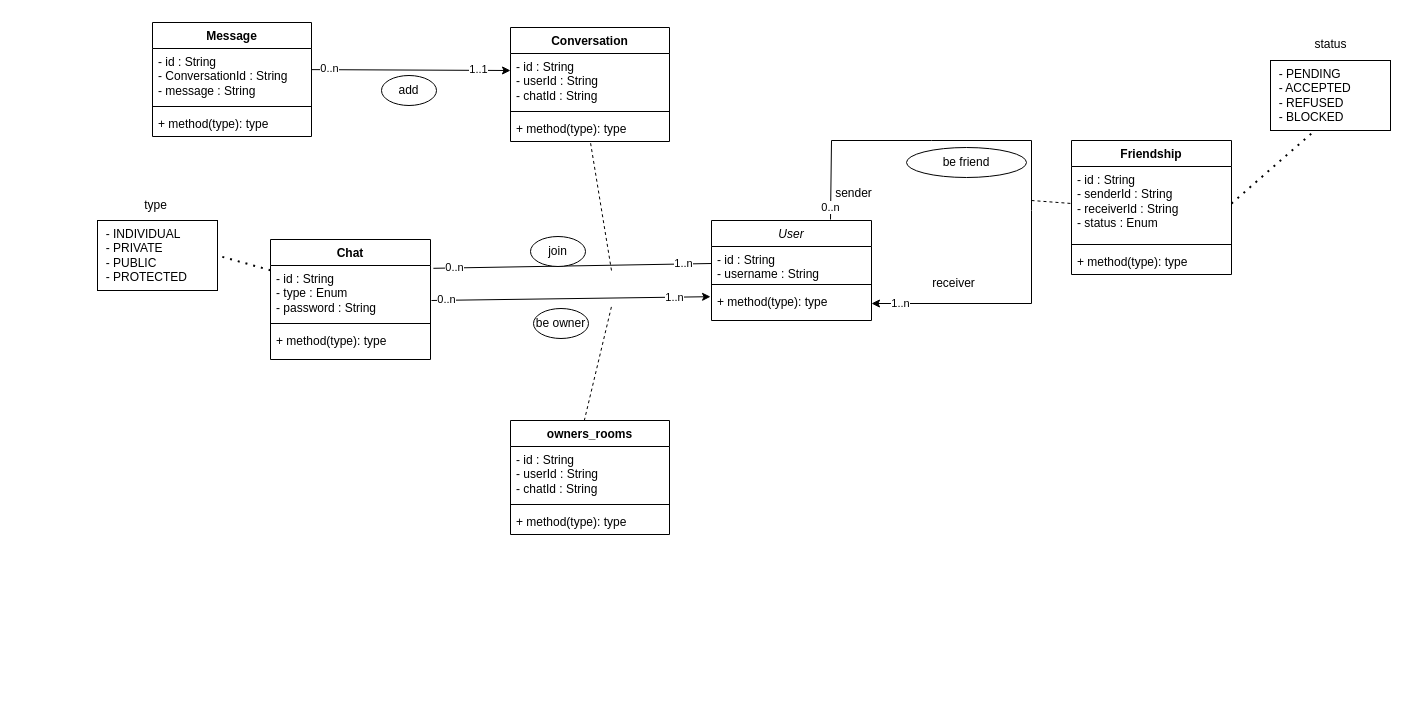
FRAGG33R/whiff-waff keeps this draw.io diagram as class_diagram.drawio. Above is the earlier version. Source tidied: cells renumbered, new cells numbered last; positions are measured from the earlier drawing's top-left corner, leaving out a move shared by most shapes. Both pictures are drawn from the tidied source at 100%, with x=0, y=0 at pixel (97, 22).
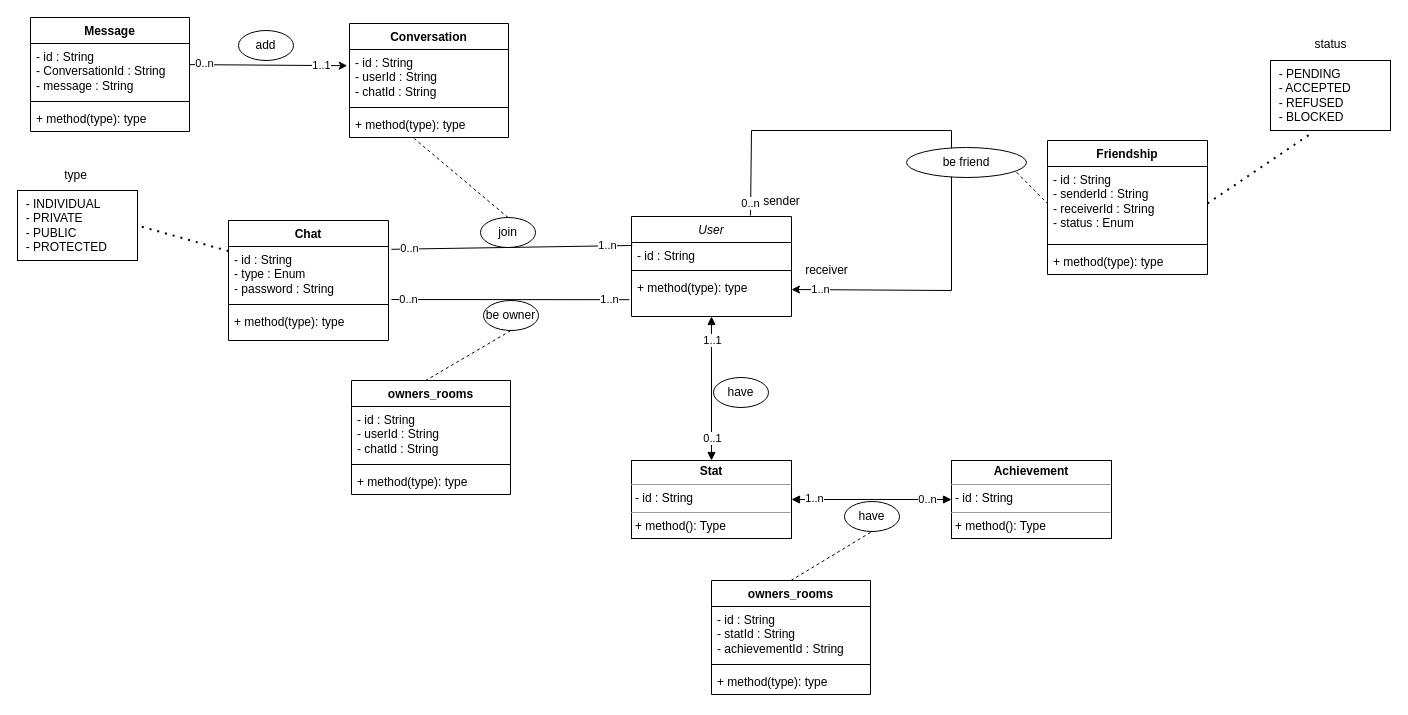
The same diagram, later.

Commit message:
Add Stat and Achievement Entities

Unchanged cells that the change refers to:
```xml
<mxCell id="10" value="be friend" style="ellipse;whiteSpace=wrap;html=1;" parent="1" vertex="1">
  <mxGeometry x="809" y="125" width="120" height="30" as="geometry" />
</mxCell>
<mxCell id="17" value="- id : String&lt;br&gt;- senderId : String&lt;br&gt;- receiverId : String&lt;br&gt;- status : Enum" style="text;strokeColor=none;fillColor=none;align=left;verticalAlign=top;spacingLeft=4;spacingRight=4;overflow=hidden;points=[[0,0.5],[1,0.5]];portConstraint=eastwest;whiteSpace=wrap;html=1;" parent="16" vertex="1">
  <mxGeometry y="26" width="160" height="74" as="geometry" />
</mxCell>
<mxCell id="21" value="- id : String&lt;br&gt;- type : Enum&lt;br&gt;- password : String" style="text;strokeColor=none;fillColor=none;align=left;verticalAlign=top;spacingLeft=4;spacingRight=4;overflow=hidden;points=[[0,0.5],[1,0.5]];portConstraint=eastwest;whiteSpace=wrap;html=1;" parent="20" vertex="1">
  <mxGeometry y="26" width="160" height="54" as="geometry" />
</mxCell>
<mxCell id="25" value="- id : String&lt;br&gt;- ConversationId : String&lt;br&gt;- message : String&lt;br&gt;" style="text;strokeColor=none;fillColor=none;align=left;verticalAlign=top;spacingLeft=4;spacingRight=4;overflow=hidden;points=[[0,0.5],[1,0.5]];portConstraint=eastwest;whiteSpace=wrap;html=1;" parent="24" vertex="1">
  <mxGeometry y="26" width="159" height="54" as="geometry" />
</mxCell>
<mxCell id="34" value="- id : String&lt;br&gt;- userId : String&lt;br&gt;- chatId : String" style="text;strokeColor=none;fillColor=none;align=left;verticalAlign=top;spacingLeft=4;spacingRight=4;overflow=hidden;points=[[0,0.5],[1,0.5]];portConstraint=eastwest;whiteSpace=wrap;html=1;" parent="33" vertex="1">
  <mxGeometry y="26" width="159" height="54" as="geometry" />
</mxCell>
<mxCell id="36" value="+ method(type): type" style="text;strokeColor=none;fillColor=none;align=left;verticalAlign=top;spacingLeft=4;spacingRight=4;overflow=hidden;points=[[0,0.5],[1,0.5]];portConstraint=eastwest;whiteSpace=wrap;html=1;" parent="33" vertex="1">
  <mxGeometry y="88" width="159" height="26" as="geometry" />
</mxCell>
```

Change to the diagram source:
```diff
@@
     <mxCell id="2" value="User" style="swimlane;fontStyle=2;align=center;verticalAlign=top;horizontal=1;startSize=26;rounded=0;shadow=0;strokeWidth=1;" parent="1" vertex="1">
-      <mxGeometry x="614" y="198" width="160" height="100" as="geometry" />
+      <mxGeometry x="534" y="194" width="160" height="100" as="geometry" />
     </mxCell>
-    <mxCell id="3" value="- id : String&#10;- username : String" style="text;align=left;verticalAlign=top;spacingLeft=4;spacingRight=4;overflow=hidden;points=[[0,0.5],[1,0.5]];portConstraint=eastwest;" parent="2" vertex="1">
-      <mxGeometry y="26" width="160" height="34" as="geometry" />
+    <mxCell id="3" value="- id : String" style="text;align=left;verticalAlign=top;spacingLeft=4;spacingRight=4;overflow=hidden;points=[[0,0.5],[1,0.5]];portConstraint=eastwest;" parent="2" vertex="1">
+      <mxGeometry y="26" width="160" height="24" as="geometry" />
     </mxCell>
     <mxCell id="4" style="line;html=1;strokeWidth=1;align=left;verticalAlign=middle;spacingTop=-1;spacingLeft=3;spacingRight=3;labelPosition=right;" parent="2" vertex="1">
-      <mxGeometry y="60" width="160" height="8" as="geometry" />
+      <mxGeometry y="50" width="160" height="8" as="geometry" />
     </mxCell>
     <mxCell id="5" style="endArrow=classic;html=1;rounded=0;exitX=0.595;exitY=-0.006;exitDx=0;exitDy=0;exitPerimeter=0;entryX=1;entryY=0.5;entryDx=0;entryDy=0;" parent="2" edge="1" target="8">
       <mxGeometry relative="1" as="geometry">
         <mxPoint x="119" y="-1" as="sourcePoint" />
         <Array as="points">
-          <mxPoint x="120" y="-80" />
-          <mxPoint x="220" y="-80" />
-          <mxPoint x="320" y="-80" />
-          <mxPoint x="320" y="-10" />
-          <mxPoint x="320" y="83" />
+          <mxPoint x="120" y="-86" />
+          <mxPoint x="320" y="-86" />
+          <mxPoint x="320" y="74" />
         </Array>
       </mxGeometry>
     </mxCell>
@@
     <mxCell id="8" value="+ method(type): type" style="text;strokeColor=none;fillColor=none;align=left;verticalAlign=top;spacingLeft=4;spacingRight=4;overflow=hidden;points=[[0,0.5],[1,0.5]];portConstraint=eastwest;whiteSpace=wrap;html=1;" parent="2" vertex="1">
-      <mxGeometry y="68" width="160" height="30" as="geometry" />
+      <mxGeometry y="58" width="160" height="30" as="geometry" />
     </mxCell>
-    <mxCell id="9" style="endArrow=none;dashed=1;html=1;rounded=0;entryX=0;entryY=0.5;entryDx=0;entryDy=0;" parent="1" edge="1" target="17">
-      <mxGeometry relative="1" as="geometry">
-        <mxPoint x="934" y="178" as="sourcePoint" />
-      </mxGeometry>
+    <mxCell id="9" style="endArrow=none;dashed=1;html=1;rounded=0;entryX=0;entryY=0.5;entryDx=0;entryDy=0;exitX=0.918;exitY=0.827;exitDx=0;exitDy=0;exitPerimeter=0;" parent="1" edge="1" source="10" target="17">
+      <mxGeometry relative="1" as="geometry" />
     </mxCell>
@@
     <mxCell id="14" value="sender" style="text;html=1;align=center;verticalAlign=middle;strokeColor=none;fillColor=none;" parent="1" vertex="1">
-      <mxGeometry x="726" y="156" width="60" height="30" as="geometry" />
+      <mxGeometry x="654" y="164" width="60" height="30" as="geometry" />
     </mxCell>
     <mxCell id="15" value="receiver" style="text;html=1;align=center;verticalAlign=middle;strokeColor=none;fillColor=none;" parent="1" vertex="1">
-      <mxGeometry x="821" y="246" width="70" height="30" as="geometry" />
+      <mxGeometry x="694" y="233" width="70" height="30" as="geometry" />
     </mxCell>
     <mxCell id="16" value="Friendship" style="swimlane;fontStyle=1;align=center;verticalAlign=top;horizontal=1;startSize=26;whiteSpace=wrap;html=1;" parent="1" vertex="1">
-      <mxGeometry x="974" y="118" width="160" height="134" as="geometry" />
+      <mxGeometry x="950" y="118" width="160" height="134" as="geometry" />
     </mxCell>
@@
     <mxCell id="20" value="Chat" style="swimlane;fontStyle=1;align=center;verticalAlign=top;horizontal=1;startSize=26;whiteSpace=wrap;html=1;" parent="1" vertex="1">
-      <mxGeometry x="173" y="217" width="160" height="120" as="geometry" />
+      <mxGeometry x="131" y="198" width="160" height="120" as="geometry" />
     </mxCell>
@@
     <mxCell id="24" value="Message" style="swimlane;fontStyle=1;align=center;verticalAlign=top;horizontal=1;startSize=26;whiteSpace=wrap;html=1;" parent="1" vertex="1">
-      <mxGeometry x="55" width="159" height="114" as="geometry" />
+      <mxGeometry x="-67" y="-5" width="159" height="114" as="geometry" />
     </mxCell>
@@
-    <mxCell id="28" style="endArrow=none;html=1;rounded=0;entryX=0;entryY=0.5;entryDx=0;entryDy=0;exitX=1.018;exitY=0.052;exitDx=0;exitDy=0;exitPerimeter=0;" parent="1" edge="1" source="21" target="3">
+    <mxCell id="28" style="endArrow=none;html=1;rounded=0;entryX=0.005;entryY=0.124;entryDx=0;entryDy=0;exitX=1.018;exitY=0.052;exitDx=0;exitDy=0;exitPerimeter=0;entryPerimeter=0;" parent="1" edge="1" source="21" target="3">
       <mxGeometry relative="1" as="geometry" />
     </mxCell>
@@
     <mxCell id="31" value="join" style="ellipse;whiteSpace=wrap;html=1;" parent="1" vertex="1">
-      <mxGeometry x="433" y="214" width="55" height="30" as="geometry" />
+      <mxGeometry x="383" y="195" width="55" height="30" as="geometry" />
     </mxCell>
-    <mxCell id="32" style="endArrow=none;dashed=1;html=1;rounded=0;entryX=0.503;entryY=1.038;entryDx=0;entryDy=0;entryPerimeter=0;" parent="1" edge="1" target="36">
-      <mxGeometry relative="1" as="geometry">
-        <mxPoint x="514" y="248" as="sourcePoint" />
-      </mxGeometry>
+    <mxCell id="32" style="endArrow=none;dashed=1;html=1;rounded=0;entryX=0.408;entryY=1.046;entryDx=0;entryDy=0;entryPerimeter=0;exitX=0.5;exitY=0;exitDx=0;exitDy=0;" parent="1" edge="1" source="31" target="36">
+      <mxGeometry relative="1" as="geometry" />
     </mxCell>
     <mxCell id="33" value="Conversation" style="swimlane;fontStyle=1;align=center;verticalAlign=top;horizontal=1;startSize=26;whiteSpace=wrap;html=1;" parent="1" vertex="1">
-      <mxGeometry x="413" y="5" width="159" height="114" as="geometry" />
+      <mxGeometry x="252" y="1" width="159" height="114" as="geometry" />
     </mxCell>
@@
-    <mxCell id="37" style="endArrow=classic;html=1;rounded=0;exitX=1;exitY=0.391;exitDx=0;exitDy=0;exitPerimeter=0;entryX=0;entryY=0.315;entryDx=0;entryDy=0;entryPerimeter=0;" parent="1" edge="1" source="25" target="34">
+    <mxCell id="37" style="endArrow=classic;html=1;rounded=0;exitX=1;exitY=0.391;exitDx=0;exitDy=0;exitPerimeter=0;entryX=-0.014;entryY=0.3;entryDx=0;entryDy=0;entryPerimeter=0;" parent="1" edge="1" source="25" target="34">
       <mxGeometry relative="1" as="geometry" />
     </mxCell>
@@
     <mxCell id="40" value="add" style="ellipse;whiteSpace=wrap;html=1;" parent="1" vertex="1">
-      <mxGeometry x="284" y="53" width="55" height="30" as="geometry" />
+      <mxGeometry x="141" y="8" width="55" height="30" as="geometry" />
     </mxCell>
     <mxCell id="41" value="&amp;nbsp; - INDIVIDUAL&lt;br&gt;&amp;nbsp; - PRIVATE&lt;br&gt;&amp;nbsp; - PUBLIC&lt;br&gt;&amp;nbsp; - PROTECTED" style="whiteSpace=wrap;html=1;align=left;verticalAlign=top;" parent="1" vertex="1">
-      <mxGeometry y="198" width="120" height="70" as="geometry" />
+      <mxGeometry x="-80" y="168" width="120" height="70" as="geometry" />
     </mxCell>
@@
     <mxCell id="43" value="type" style="text;html=1;align=center;verticalAlign=middle;strokeColor=none;fillColor=none;" parent="1" vertex="1">
-      <mxGeometry x="32.5" y="168" width="50" height="30" as="geometry" />
+      <mxGeometry x="-47.5" y="138" width="50" height="30" as="geometry" />
     </mxCell>
-    <mxCell id="44" style="endArrow=classic;html=1;rounded=0;entryX=-0.006;entryY=0.273;entryDx=0;entryDy=0;entryPerimeter=0;" parent="1" edge="1" target="8">
-      <mxGeometry relative="1" as="geometry">
-        <mxPoint x="334" y="278" as="sourcePoint" />
-      </mxGeometry>
-    </mxCell>
-    <mxCell id="45" value="1..n" style="edgeLabel;html=1;align=center;verticalAlign=middle;" parent="44" vertex="1">
-      <mxGeometry x="0.74" relative="1" as="geometry" />
-    </mxCell>
-    <mxCell id="46" value="0..n" style="edgeLabel;html=1;align=center;verticalAlign=middle;" parent="44" vertex="1">
-      <mxGeometry x="-0.89" y="1" relative="1" as="geometry" />
-    </mxCell>
-    <mxCell id="47" style="endArrow=none;dashed=1;html=1;rounded=0;entryX=0.503;entryY=1.038;entryDx=0;entryDy=0;entryPerimeter=0;exitX=0.464;exitY=0.002;exitDx=0;exitDy=0;exitPerimeter=0;" parent="1" edge="1" source="48">
-      <mxGeometry relative="1" as="geometry">
-        <mxPoint x="514" y="284" as="targetPoint" />
-      </mxGeometry>
+    <mxCell id="47" style="endArrow=none;dashed=1;html=1;rounded=0;exitX=0.464;exitY=0.002;exitDx=0;exitDy=0;exitPerimeter=0;entryX=0.5;entryY=1;entryDx=0;entryDy=0;" parent="1" edge="1" source="48" target="52">
+      <mxGeometry relative="1" as="geometry" />
     </mxCell>
     <mxCell id="48" value="owners_rooms" style="swimlane;fontStyle=1;align=center;verticalAlign=top;horizontal=1;startSize=26;whiteSpace=wrap;html=1;" parent="1" vertex="1">
-      <mxGeometry x="413" y="398" width="159" height="114" as="geometry" />
+      <mxGeometry x="254" y="358" width="159" height="114" as="geometry" />
     </mxCell>
@@
     <mxCell id="52" value="be owner" style="ellipse;whiteSpace=wrap;html=1;" parent="1" vertex="1">
-      <mxGeometry x="436" y="286" width="55" height="30" as="geometry" />
+      <mxGeometry x="386" y="278" width="55" height="30" as="geometry" />
     </mxCell>
+    <mxCell id="53" style="endArrow=none;html=1;edgeStyle=orthogonalEdgeStyle;rounded=0;entryX=-0.014;entryY=0.773;entryDx=0;entryDy=0;entryPerimeter=0;" parent="1" edge="1">
+      <mxGeometry relative="1" as="geometry">
+        <mxPoint x="294" y="277" as="sourcePoint" />
+        <mxPoint x="531.8" y="277.2" as="targetPoint" />
+        <Array as="points">
+          <mxPoint x="294" y="277" />
+        </Array>
+      </mxGeometry>
+    </mxCell>
+    <mxCell id="54" value="0..n" style="edgeLabel;html=1;align=center;verticalAlign=middle;" parent="53" vertex="1">
+      <mxGeometry x="-0.92" relative="1" as="geometry">
+        <mxPoint x="7" y="-1" as="offset" />
+      </mxGeometry>
+    </mxCell>
+    <mxCell id="55" value="1..n" style="edgeLabel;html=1;align=center;verticalAlign=middle;" parent="53" vertex="1">
+      <mxGeometry x="0.83" relative="1" as="geometry">
+        <mxPoint y="-1" as="offset" />
+      </mxGeometry>
+    </mxCell>
+    <mxCell id="56" value="&lt;p style=&quot;margin:0px;margin-top:4px;text-align:center;&quot;&gt;&lt;b&gt;Stat&lt;/b&gt;&lt;/p&gt;&lt;hr size=&quot;1&quot;&gt;&lt;p style=&quot;margin:0px;margin-left:4px;&quot;&gt;- id : String&lt;/p&gt;&lt;hr size=&quot;1&quot;&gt;&lt;p style=&quot;margin:0px;margin-left:4px;&quot;&gt;+ method(): Type&lt;/p&gt;" style="verticalAlign=top;align=left;overflow=fill;fontSize=12;fontFamily=Helvetica;html=1;whiteSpace=wrap;" parent="1" vertex="1">
+      <mxGeometry x="534" y="438" width="160" height="78" as="geometry" />
+    </mxCell>
+    <mxCell id="57" style="endArrow=block;startArrow=block;endFill=1;startFill=1;html=1;rounded=0;entryX=0.5;entryY=1;entryDx=0;entryDy=0;exitX=0.5;exitY=0;exitDx=0;exitDy=0;" parent="1" edge="1" source="56" target="2">
+      <mxGeometry relative="1" as="geometry" />
+    </mxCell>
+    <mxCell id="58" value="1..1" style="edgeLabel;html=1;align=center;verticalAlign=middle;" parent="57" vertex="1">
+      <mxGeometry x="0.69" relative="1" as="geometry">
+        <mxPoint y="1" as="offset" />
+      </mxGeometry>
+    </mxCell>
+    <mxCell id="59" value="0..1" style="edgeLabel;html=1;align=center;verticalAlign=middle;" parent="57" vertex="1">
+      <mxGeometry x="-0.73" relative="1" as="geometry">
+        <mxPoint y="-4" as="offset" />
+      </mxGeometry>
+    </mxCell>
+    <mxCell id="60" value="have" style="ellipse;whiteSpace=wrap;html=1;" parent="1" vertex="1">
+      <mxGeometry x="616" y="355" width="55" height="30" as="geometry" />
+    </mxCell>
+    <mxCell id="61" value="&lt;p style=&quot;margin:0px;margin-top:4px;text-align:center;&quot;&gt;&lt;b&gt;Achievement&lt;/b&gt;&lt;/p&gt;&lt;hr size=&quot;1&quot;&gt;&lt;p style=&quot;margin:0px;margin-left:4px;&quot;&gt;- id : String&lt;/p&gt;&lt;hr size=&quot;1&quot;&gt;&lt;p style=&quot;margin:0px;margin-left:4px;&quot;&gt;+ method(): Type&lt;/p&gt;" style="verticalAlign=top;align=left;overflow=fill;fontSize=12;fontFamily=Helvetica;html=1;whiteSpace=wrap;" parent="1" vertex="1">
+      <mxGeometry x="854" y="438" width="160" height="78" as="geometry" />
+    </mxCell>
+    <mxCell id="62" style="endArrow=block;startArrow=block;endFill=1;startFill=1;html=1;rounded=0;entryX=0;entryY=0.5;entryDx=0;entryDy=0;exitX=1;exitY=0.5;exitDx=0;exitDy=0;" parent="1" edge="1" source="56" target="61">
+      <mxGeometry relative="1" as="geometry" />
+    </mxCell>
+    <mxCell id="63" value="0..n" style="edgeLabel;html=1;align=center;verticalAlign=middle;" parent="62" vertex="1">
+      <mxGeometry x="0.69" relative="1" as="geometry">
+        <mxPoint y="-1" as="offset" />
+      </mxGeometry>
+    </mxCell>
+    <mxCell id="64" value="1..n" style="edgeLabel;html=1;align=center;verticalAlign=middle;" parent="62" vertex="1">
+      <mxGeometry x="-0.73" relative="1" as="geometry">
+        <mxPoint y="-2" as="offset" />
+      </mxGeometry>
+    </mxCell>
+    <mxCell id="65" value="have" style="ellipse;whiteSpace=wrap;html=1;" parent="1" vertex="1">
+      <mxGeometry x="747" y="479" width="55" height="30" as="geometry" />
+    </mxCell>
+    <mxCell id="66" style="endArrow=none;dashed=1;html=1;rounded=0;exitX=0.5;exitY=0;exitDx=0;exitDy=0;entryX=0.5;entryY=1;entryDx=0;entryDy=0;" parent="1" edge="1" source="67" target="65">
+      <mxGeometry relative="1" as="geometry" />
+    </mxCell>
+    <mxCell id="67" value="owners_rooms" style="swimlane;fontStyle=1;align=center;verticalAlign=top;horizontal=1;startSize=26;whiteSpace=wrap;html=1;" parent="1" vertex="1">
+      <mxGeometry x="614" y="558" width="159" height="114" as="geometry" />
+    </mxCell>
+    <mxCell id="68" value="- id : String&lt;br&gt;- statId : String&lt;br&gt;- achievementId : String" style="text;strokeColor=none;fillColor=none;align=left;verticalAlign=top;spacingLeft=4;spacingRight=4;overflow=hidden;whiteSpace=wrap;html=1;" parent="67" vertex="1">
+      <mxGeometry y="26" width="159" height="54" as="geometry" />
+    </mxCell>
+    <mxCell id="69" style="line;strokeWidth=1;fillColor=none;align=left;verticalAlign=middle;spacingTop=-1;spacingLeft=3;spacingRight=3;labelPosition=right;strokeColor=inherit;" parent="67" vertex="1">
+      <mxGeometry y="80" width="159" height="8" as="geometry" />
+    </mxCell>
+    <mxCell id="70" value="+ method(type): type" style="text;strokeColor=none;fillColor=none;align=left;verticalAlign=top;spacingLeft=4;spacingRight=4;overflow=hidden;whiteSpace=wrap;html=1;" parent="67" vertex="1">
+      <mxGeometry y="88" width="159" height="26" as="geometry" />
+    </mxCell>
```
